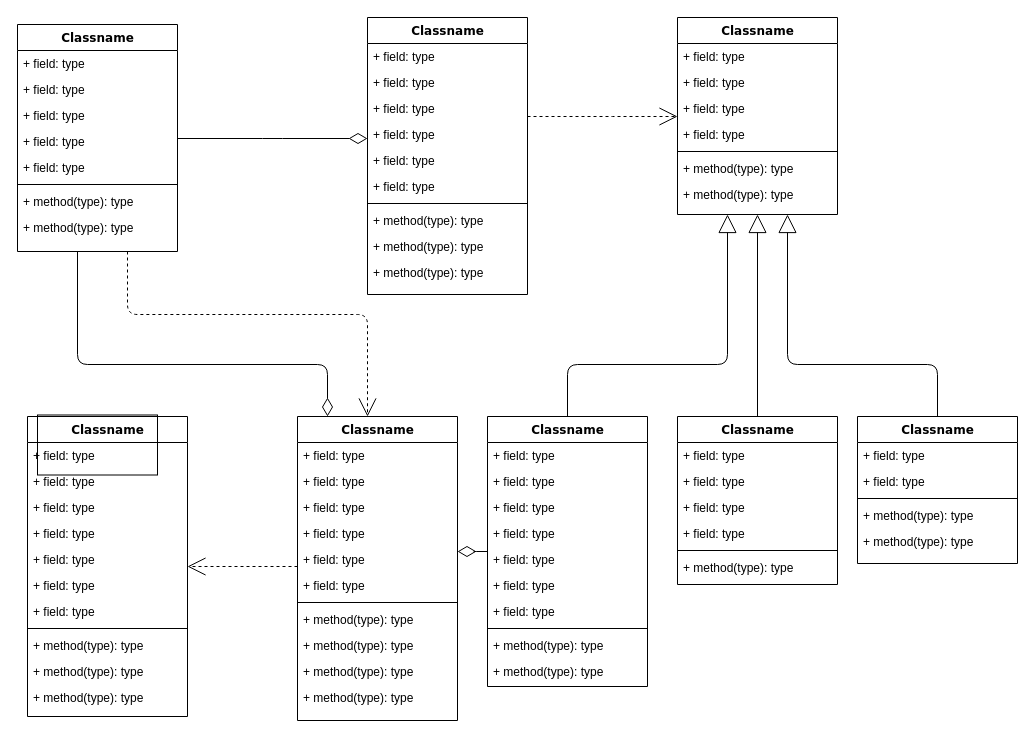
Above: 职业/等级系统.drawio in ssw940521/archerBackend (draw.io), before the change. Source tidied: cells renumbered, new cells numbered last; positions are measured from the earlier drawing's top-left corner, leaving out a move shared by most shapes. Both pictures are drawn from the tidied source at 100%, with x=0, y=0 at pixel (17, 17).
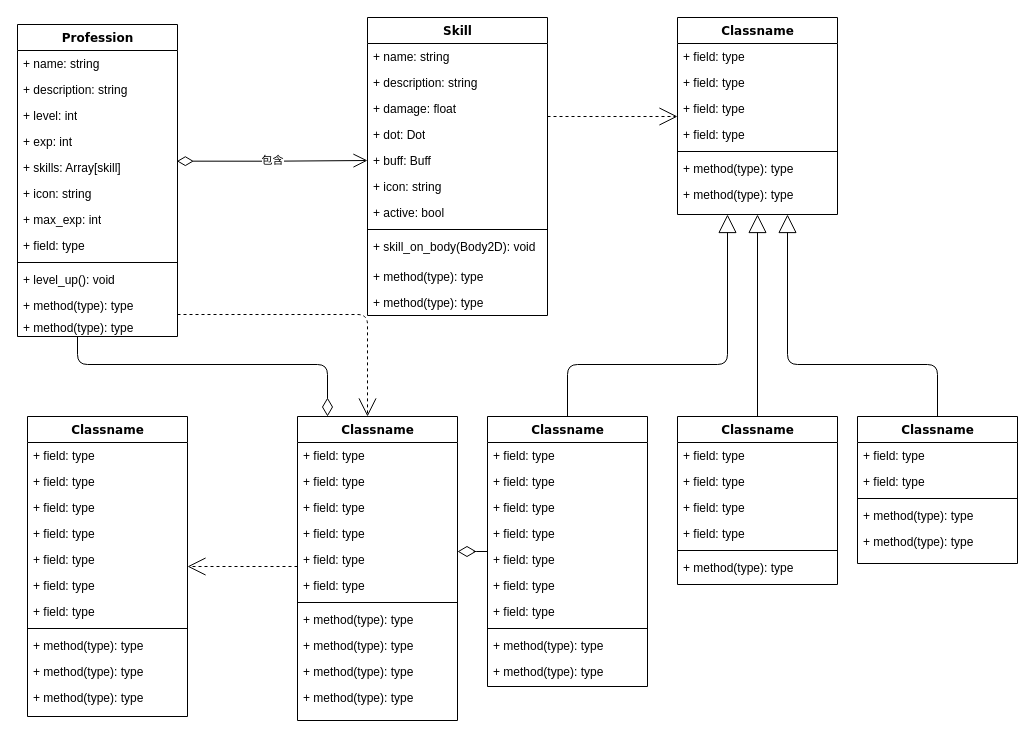
Above is the later version.

Commit message:
更新等级系统.drawio

Diff of the diagram source:
```diff
@@
-    <mxCell id="4" value="Classname" style="swimlane;html=1;fontStyle=1;align=center;verticalAlign=top;horizontal=1;startSize=26;swimlaneFillColor=#ffffff;rounded=0;shadow=0;comic=0;labelBackgroundColor=none;strokeWidth=1;fillColor=none;fontFamily=Verdana;fontSize=12;" parent="1" vertex="1">
-      <mxGeometry y="7" width="160" height="227" as="geometry" />
+    <mxCell id="4" value="Profession" style="swimlane;html=1;fontStyle=1;align=center;verticalAlign=top;horizontal=1;startSize=26;swimlaneFillColor=#ffffff;rounded=0;shadow=0;comic=0;labelBackgroundColor=none;strokeWidth=1;fillColor=none;fontFamily=Verdana;fontSize=12;" parent="1" vertex="1">
+      <mxGeometry y="7" width="160" height="312" as="geometry" />
     </mxCell>
-    <mxCell id="5" value="+ field: type" style="text;html=1;strokeColor=none;fillColor=none;align=left;verticalAlign=top;spacingLeft=4;spacingRight=4;whiteSpace=wrap;overflow=hidden;" parent="4" vertex="1">
+    <mxCell id="5" value="+ name: string" style="text;html=1;strokeColor=none;fillColor=none;align=left;verticalAlign=top;spacingLeft=4;spacingRight=4;whiteSpace=wrap;overflow=hidden;" parent="4" vertex="1">
       <mxGeometry y="26" width="160" height="26" as="geometry" />
     </mxCell>
-    <mxCell id="6" value="+ field: type" style="text;html=1;strokeColor=none;fillColor=none;align=left;verticalAlign=top;spacingLeft=4;spacingRight=4;whiteSpace=wrap;overflow=hidden;" parent="4" vertex="1">
+    <mxCell id="6" value="+ description: string" style="text;html=1;strokeColor=none;fillColor=none;align=left;verticalAlign=top;spacingLeft=4;spacingRight=4;whiteSpace=wrap;overflow=hidden;" parent="4" vertex="1">
       <mxGeometry y="52" width="160" height="26" as="geometry" />
     </mxCell>
-    <mxCell id="7" value="+ field: type" style="text;html=1;strokeColor=none;fillColor=none;align=left;verticalAlign=top;spacingLeft=4;spacingRight=4;whiteSpace=wrap;overflow=hidden;" parent="4" vertex="1">
+    <mxCell id="7" value="+ level: int" style="text;html=1;strokeColor=none;fillColor=none;align=left;verticalAlign=top;spacingLeft=4;spacingRight=4;whiteSpace=wrap;overflow=hidden;" parent="4" vertex="1">
       <mxGeometry y="78" width="160" height="26" as="geometry" />
     </mxCell>
-    <mxCell id="8" value="+ field: type" style="text;html=1;strokeColor=none;fillColor=none;align=left;verticalAlign=top;spacingLeft=4;spacingRight=4;whiteSpace=wrap;overflow=hidden;" parent="4" vertex="1">
+    <mxCell id="8" value="+ exp: int" style="text;html=1;strokeColor=none;fillColor=none;align=left;verticalAlign=top;spacingLeft=4;spacingRight=4;whiteSpace=wrap;overflow=hidden;" parent="4" vertex="1">
       <mxGeometry y="104" width="160" height="26" as="geometry" />
     </mxCell>
-    <mxCell id="9" value="+ field: type" style="text;html=1;strokeColor=none;fillColor=none;align=left;verticalAlign=top;spacingLeft=4;spacingRight=4;whiteSpace=wrap;overflow=hidden;points=[[0,0.5],[1,0.5]];portConstraint=eastwest;" parent="4" vertex="1">
+    <mxCell id="9" value="+ skills: Array[skill]" style="text;html=1;strokeColor=none;fillColor=none;align=left;verticalAlign=top;spacingLeft=4;spacingRight=4;whiteSpace=wrap;overflow=hidden;points=[[0,0.5],[1,0.5]];portConstraint=eastwest;" parent="4" vertex="1">
       <mxGeometry y="130" width="160" height="26" as="geometry" />
     </mxCell>
+    <mxCell id="88" value="+ icon: string" style="text;html=1;strokeColor=none;fillColor=none;align=left;verticalAlign=top;spacingLeft=4;spacingRight=4;whiteSpace=wrap;overflow=hidden;" parent="4" vertex="1">
+      <mxGeometry y="156" width="160" height="26" as="geometry" />
+    </mxCell>
+    <mxCell id="89" value="+ max_exp: int" style="text;html=1;strokeColor=none;fillColor=none;align=left;verticalAlign=top;spacingLeft=4;spacingRight=4;whiteSpace=wrap;overflow=hidden;" parent="4" vertex="1">
+      <mxGeometry y="182" width="160" height="26" as="geometry" />
+    </mxCell>
+    <mxCell id="90" value="+ field: type" style="text;html=1;strokeColor=none;fillColor=none;align=left;verticalAlign=top;spacingLeft=4;spacingRight=4;whiteSpace=wrap;overflow=hidden;" parent="4" vertex="1">
+      <mxGeometry y="208" width="160" height="26" as="geometry" />
+    </mxCell>
     <mxCell id="10" style="line;html=1;strokeWidth=1;fillColor=none;align=left;verticalAlign=middle;spacingTop=-1;spacingLeft=3;spacingRight=3;labelPosition=right;" parent="4" vertex="1">
-      <mxGeometry y="156" width="160" height="8" as="geometry" />
+      <mxGeometry y="234" width="160" height="8" as="geometry" />
     </mxCell>
-    <mxCell id="11" value="+ method(type): type" style="text;html=1;strokeColor=none;fillColor=none;align=left;verticalAlign=top;spacingLeft=4;spacingRight=4;whiteSpace=wrap;overflow=hidden;" parent="4" vertex="1">
-      <mxGeometry y="164" width="160" height="26" as="geometry" />
+    <mxCell id="11" value="+ level_up(): void" style="text;html=1;strokeColor=none;fillColor=none;align=left;verticalAlign=top;spacingLeft=4;spacingRight=4;whiteSpace=wrap;overflow=hidden;" parent="4" vertex="1">
+      <mxGeometry y="242" width="160" height="26" as="geometry" />
     </mxCell>
     <mxCell id="12" value="+ method(type): type" style="text;html=1;strokeColor=none;fillColor=none;align=left;verticalAlign=top;spacingLeft=4;spacingRight=4;whiteSpace=wrap;overflow=hidden;" parent="4" vertex="1">
-      <mxGeometry y="190" width="160" height="26" as="geometry" />
+      <mxGeometry y="268" width="160" height="22" as="geometry" />
     </mxCell>
+    <mxCell id="91" value="+ method(type): type" style="text;html=1;strokeColor=none;fillColor=none;align=left;verticalAlign=top;spacingLeft=4;spacingRight=4;whiteSpace=wrap;overflow=hidden;" parent="4" vertex="1">
+      <mxGeometry y="290" width="160" height="22" as="geometry" />
+    </mxCell>
@@
-    <mxCell id="14" value="Classname" style="swimlane;html=1;fontStyle=1;align=center;verticalAlign=top;horizontal=1;startSize=26;swimlaneFillColor=#ffffff;rounded=0;shadow=0;comic=0;labelBackgroundColor=none;strokeWidth=1;fillColor=none;fontFamily=Verdana;fontSize=12;" parent="1" vertex="1">
-      <mxGeometry x="350" width="160" height="277" as="geometry" />
+    <mxCell id="14" value="Skill" style="swimlane;html=1;fontStyle=1;align=center;verticalAlign=top;horizontal=1;startSize=26;swimlaneFillColor=#ffffff;rounded=0;shadow=0;comic=0;labelBackgroundColor=none;strokeWidth=1;fillColor=none;fontFamily=Verdana;fontSize=12;" parent="1" vertex="1">
+      <mxGeometry x="350" width="180" height="298" as="geometry" />
     </mxCell>
-    <mxCell id="15" value="+ field: type" style="text;html=1;strokeColor=none;fillColor=none;align=left;verticalAlign=top;spacingLeft=4;spacingRight=4;whiteSpace=wrap;overflow=hidden;" parent="14" vertex="1">
-      <mxGeometry y="26" width="160" height="26" as="geometry" />
+    <mxCell id="15" value="+ name: string" style="text;html=1;strokeColor=none;fillColor=none;align=left;verticalAlign=top;spacingLeft=4;spacingRight=4;whiteSpace=wrap;overflow=hidden;" parent="14" vertex="1">
+      <mxGeometry y="26" width="180" height="26" as="geometry" />
     </mxCell>
-    <mxCell id="16" value="+ field: type" style="text;html=1;strokeColor=none;fillColor=none;align=left;verticalAlign=top;spacingLeft=4;spacingRight=4;whiteSpace=wrap;overflow=hidden;" parent="14" vertex="1">
-      <mxGeometry y="52" width="160" height="26" as="geometry" />
+    <mxCell id="16" value="+ description: string" style="text;html=1;strokeColor=none;fillColor=none;align=left;verticalAlign=top;spacingLeft=4;spacingRight=4;whiteSpace=wrap;overflow=hidden;" parent="14" vertex="1">
+      <mxGeometry y="52" width="180" height="26" as="geometry" />
     </mxCell>
-    <mxCell id="17" value="+ field: type" style="text;html=1;strokeColor=none;fillColor=none;align=left;verticalAlign=top;spacingLeft=4;spacingRight=4;whiteSpace=wrap;overflow=hidden;" parent="14" vertex="1">
-      <mxGeometry y="78" width="160" height="26" as="geometry" />
+    <mxCell id="17" value="+ damage: float" style="text;html=1;strokeColor=none;fillColor=none;align=left;verticalAlign=top;spacingLeft=4;spacingRight=4;whiteSpace=wrap;overflow=hidden;" parent="14" vertex="1">
+      <mxGeometry y="78" width="180" height="26" as="geometry" />
     </mxCell>
-    <mxCell id="18" value="+ field: type" style="text;html=1;strokeColor=none;fillColor=none;align=left;verticalAlign=top;spacingLeft=4;spacingRight=4;whiteSpace=wrap;overflow=hidden;" parent="14" vertex="1">
-      <mxGeometry y="104" width="160" height="26" as="geometry" />
+    <mxCell id="18" value="+ dot: Dot" style="text;html=1;strokeColor=none;fillColor=none;align=left;verticalAlign=top;spacingLeft=4;spacingRight=4;whiteSpace=wrap;overflow=hidden;" parent="14" vertex="1">
+      <mxGeometry y="104" width="180" height="26" as="geometry" />
     </mxCell>
-    <mxCell id="19" value="+ field: type" style="text;html=1;strokeColor=none;fillColor=none;align=left;verticalAlign=top;spacingLeft=4;spacingRight=4;whiteSpace=wrap;overflow=hidden;points=[[0,0.5],[1,0.5]];portConstraint=eastwest;" parent="14" vertex="1">
-      <mxGeometry y="130" width="160" height="26" as="geometry" />
+    <mxCell id="19" value="+ buff: Buff" style="text;html=1;strokeColor=none;fillColor=none;align=left;verticalAlign=top;spacingLeft=4;spacingRight=4;whiteSpace=wrap;overflow=hidden;points=[[0,0.5],[1,0.5]];portConstraint=eastwest;" parent="14" vertex="1">
+      <mxGeometry y="130" width="180" height="26" as="geometry" />
     </mxCell>
-    <mxCell id="20" value="+ field: type" style="text;html=1;strokeColor=none;fillColor=none;align=left;verticalAlign=top;spacingLeft=4;spacingRight=4;whiteSpace=wrap;overflow=hidden;" parent="14" vertex="1">
-      <mxGeometry y="156" width="160" height="26" as="geometry" />
+    <mxCell id="20" value="+ icon: string" style="text;html=1;strokeColor=none;fillColor=none;align=left;verticalAlign=top;spacingLeft=4;spacingRight=4;whiteSpace=wrap;overflow=hidden;" parent="14" vertex="1">
+      <mxGeometry y="156" width="180" height="26" as="geometry" />
     </mxCell>
+    <mxCell id="92" value="+ active: bool" style="text;html=1;strokeColor=none;fillColor=none;align=left;verticalAlign=top;spacingLeft=4;spacingRight=4;whiteSpace=wrap;overflow=hidden;" parent="14" vertex="1">
+      <mxGeometry y="182" width="180" height="26" as="geometry" />
+    </mxCell>
     <mxCell id="21" style="line;html=1;strokeWidth=1;fillColor=none;align=left;verticalAlign=middle;spacingTop=-1;spacingLeft=3;spacingRight=3;labelPosition=right;" parent="14" vertex="1">
-      <mxGeometry y="182" width="160" height="8" as="geometry" />
+      <mxGeometry y="208" width="180" height="8" as="geometry" />
     </mxCell>
-    <mxCell id="22" value="+ method(type): type" style="text;html=1;strokeColor=none;fillColor=none;align=left;verticalAlign=top;spacingLeft=4;spacingRight=4;whiteSpace=wrap;overflow=hidden;" parent="14" vertex="1">
-      <mxGeometry y="190" width="160" height="26" as="geometry" />
+    <mxCell id="22" value="+ skill_on_body(Body2D): void" style="text;html=1;strokeColor=none;fillColor=none;align=left;verticalAlign=top;spacingLeft=4;spacingRight=4;whiteSpace=wrap;overflow=hidden;" parent="14" vertex="1">
+      <mxGeometry y="216" width="180" height="30" as="geometry" />
     </mxCell>
     <mxCell id="23" value="+ method(type): type" style="text;html=1;strokeColor=none;fillColor=none;align=left;verticalAlign=top;spacingLeft=4;spacingRight=4;whiteSpace=wrap;overflow=hidden;" parent="14" vertex="1">
-      <mxGeometry y="216" width="160" height="26" as="geometry" />
+      <mxGeometry y="246" width="180" height="26" as="geometry" />
     </mxCell>
     <mxCell id="24" value="+ method(type): type" style="text;html=1;strokeColor=none;fillColor=none;align=left;verticalAlign=top;spacingLeft=4;spacingRight=4;whiteSpace=wrap;overflow=hidden;" parent="14" vertex="1">
-      <mxGeometry y="242" width="160" height="26" as="geometry" />
+      <mxGeometry y="272" width="180" height="26" as="geometry" />
     </mxCell>
@@
-    <mxCell id="86" style="edgeStyle=elbowEdgeStyle;html=1;labelBackgroundColor=none;startFill=0;startSize=8;endArrow=diamondThin;endFill=0;endSize=16;fontFamily=Verdana;fontSize=12;elbow=vertical;" parent="1" edge="1" source="4" target="14">
-      <mxGeometry relative="1" as="geometry" />
-    </mxCell>
-    <mxCell id="87" style="whiteSpace=wrap;html=1;fontFamily=Verdana;verticalAlign=top;fillColor=none;fontStyle=1;startSize=26;swimlaneFillColor=#ffffff;rounded=0;shadow=0;comic=0;labelBackgroundColor=none;strokeWidth=1;" parent="1" vertex="1">
-      <mxGeometry x="20" y="397.5" width="120" height="60" as="geometry" />
-    </mxCell>
+    <mxCell id="93" value="包含" style="endArrow=open;html=1;endSize=12;startArrow=diamondThin;startSize=14;startFill=0;edgeStyle=orthogonalEdgeStyle;rounded=0;exitX=0.996;exitY=0.256;exitDx=0;exitDy=0;exitPerimeter=0;entryX=0;entryY=0.5;entryDx=0;entryDy=0;" parent="1" edge="1" source="9" target="19">
+      <mxGeometry relative="1" as="geometry" />
+    </mxCell>
```
